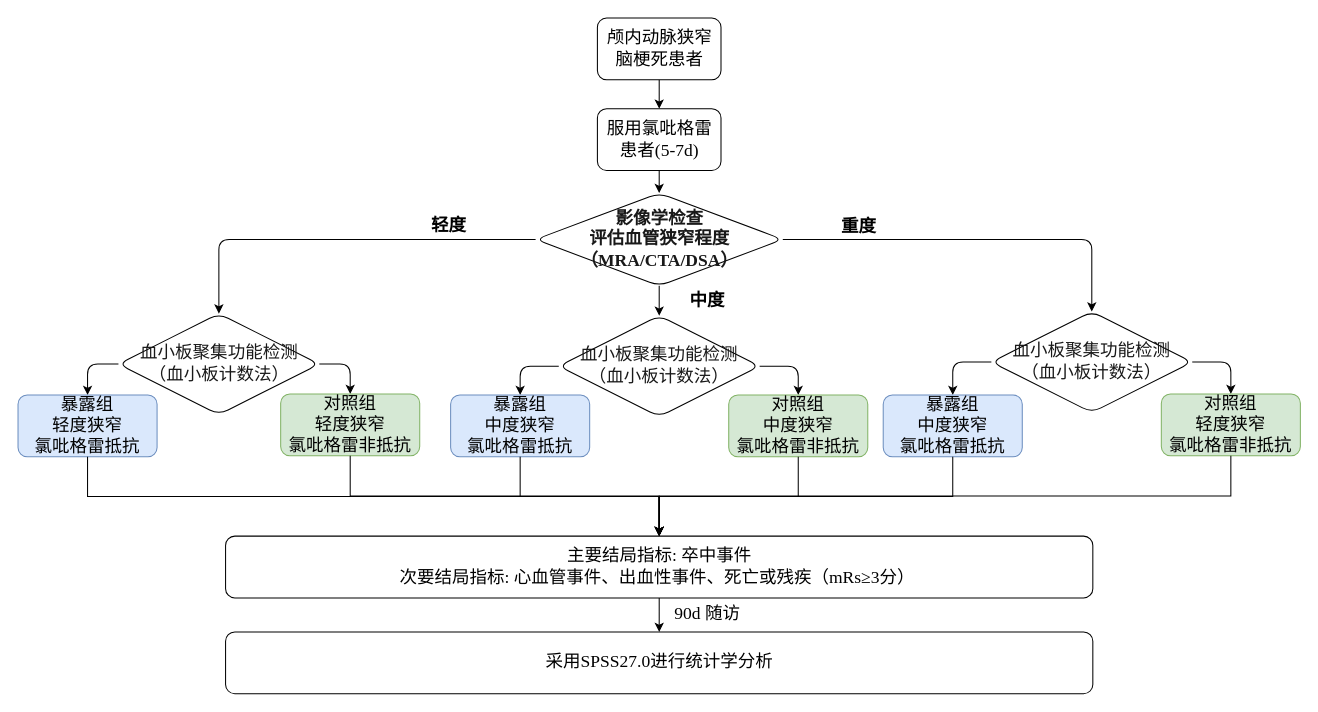
Earlier version of the draw.io diagram Untitled Diagram.drawio (caihuayu0322/drawio-github). Source tidied: cells renumbered, new cells numbered last; positions are measured from the earlier drawing's top-left corner, leaving out a move shared by most shapes. Both pictures are drawn from the tidied source at 103%, with x=0, y=0 at pixel (18, 18).
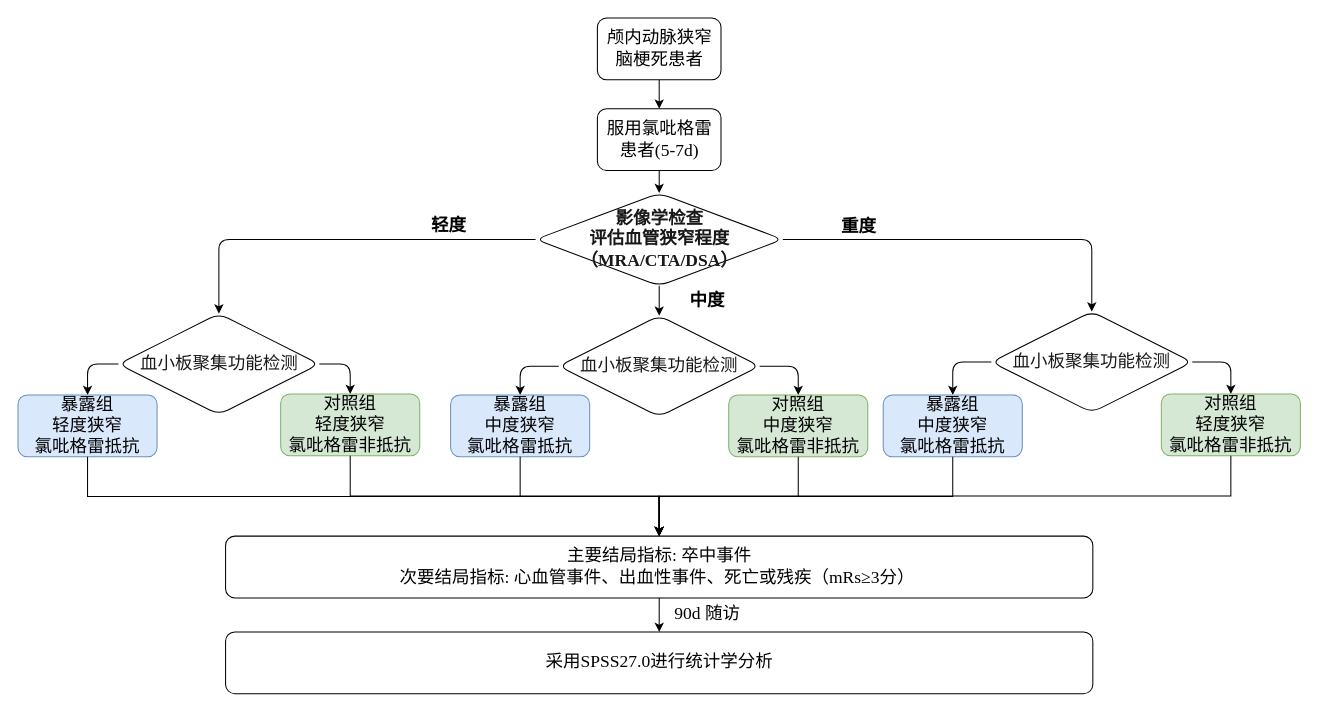
The same page after the edit.

The change refers to these unchanged cells:
```xml
<mxCell id="15" style="group;rounded=1;fontFamily=Times New Roman;fontSize=17;fontStyle=1;" parent="1" vertex="1">
  <mxGeometry x="420" y="289" width="390" height="195" as="geometry" />
</mxCell>
<mxCell id="21" style="group;rounded=1;fontStyle=0;fontFamily=Times New Roman;fontSize=17;" parent="1" vertex="1">
  <mxGeometry x="840" y="288" width="390" height="195" as="geometry" />
</mxCell>
<mxCell id="27" style="group;rounded=1;fontFamily=Times New Roman;fontSize=17;" parent="1" vertex="1">
  <mxGeometry y="287" width="390" height="195" as="geometry" />
</mxCell>
```

What changed in the source:
```diff
@@
-    <mxCell id="18" value="&lt;font color=&quot;#191919&quot; style=&quot;font-size: 17px;&quot;&gt;&lt;span style=&quot;font-size: 17px; text-wrap-mode: nowrap; font-weight: normal;&quot;&gt;血小板聚集功能检测&lt;/span&gt;&lt;/font&gt;&lt;div style=&quot;font-size: 17px;&quot;&gt;&lt;span style=&quot;color: rgb(25, 25, 25); font-size: 17px; text-wrap-mode: nowrap; font-weight: normal;&quot;&gt;（血小板计数法）&lt;/span&gt;&lt;font color=&quot;#191919&quot; style=&quot;font-size: 17px;&quot;&gt;&lt;span style=&quot;font-size: 17px; text-wrap-mode: nowrap;&quot;&gt;&lt;/span&gt;&lt;/font&gt;&lt;/div&gt;" style="rhombus;whiteSpace=wrap;html=1;rounded=1;fontStyle=1;fontFamily=Times New Roman;fontSize=17;" parent="15" vertex="1">
+    <mxCell id="18" value="&lt;div&gt;&lt;font color=&quot;#191919&quot; style=&quot;font-size: 17px;&quot;&gt;&lt;span style=&quot;font-size: 17px; text-wrap-mode: nowrap; font-weight: normal;&quot;&gt;&lt;br&gt;&lt;/span&gt;&lt;/font&gt;&lt;/div&gt;&lt;font color=&quot;#191919&quot; style=&quot;font-size: 17px;&quot;&gt;&lt;span style=&quot;font-size: 17px; text-wrap-mode: nowrap; font-weight: normal;&quot;&gt;血小板聚集功能检测&lt;/span&gt;&lt;/font&gt;&lt;div style=&quot;font-size: 17px;&quot;&gt;&lt;br&gt;&lt;/div&gt;" style="rhombus;whiteSpace=wrap;html=1;rounded=1;fontStyle=1;fontFamily=Times New Roman;fontSize=17;" parent="15" vertex="1">
       <mxGeometry x="105" width="195" height="98" as="geometry" />
     </mxCell>
@@
-    <mxCell id="24" value="&lt;font color=&quot;#191919&quot; style=&quot;font-size: 17px;&quot;&gt;&lt;span style=&quot;font-size: 17px; text-wrap-mode: nowrap;&quot;&gt;血小板聚集功能检测&lt;/span&gt;&lt;/font&gt;&lt;div style=&quot;font-size: 17px;&quot;&gt;&lt;span style=&quot;color: rgb(25, 25, 25); font-size: 17px; text-wrap-mode: nowrap;&quot;&gt;（血小板计数法）&lt;/span&gt;&lt;font color=&quot;#191919&quot; style=&quot;font-size: 17px;&quot;&gt;&lt;span style=&quot;font-size: 17px; text-wrap-mode: nowrap;&quot;&gt;&lt;/span&gt;&lt;/font&gt;&lt;/div&gt;" style="rhombus;whiteSpace=wrap;html=1;rounded=1;fontFamily=Times New Roman;fontSize=17;" parent="21" vertex="1">
+    <mxCell id="24" value="&lt;div&gt;&lt;font color=&quot;#191919&quot; style=&quot;font-size: 17px;&quot;&gt;&lt;span style=&quot;font-size: 17px; text-wrap-mode: nowrap;&quot;&gt;&lt;br&gt;&lt;/span&gt;&lt;/font&gt;&lt;/div&gt;&lt;font color=&quot;#191919&quot; style=&quot;font-size: 17px;&quot;&gt;&lt;span style=&quot;font-size: 17px; text-wrap-mode: nowrap;&quot;&gt;血小板聚集功能检测&lt;/span&gt;&lt;/font&gt;&lt;div style=&quot;font-size: 17px;&quot;&gt;&lt;br&gt;&lt;/div&gt;" style="rhombus;whiteSpace=wrap;html=1;rounded=1;fontFamily=Times New Roman;fontSize=17;" parent="21" vertex="1">
       <mxGeometry x="105" y="-3" width="195" height="98" as="geometry" />
     </mxCell>
@@
-    <mxCell id="30" value="&lt;font color=&quot;#191919&quot; style=&quot;font-size: 17px;&quot;&gt;&lt;span style=&quot;font-size: 17px; text-wrap-mode: nowrap;&quot;&gt;血小板聚集功能检测&lt;/span&gt;&lt;/font&gt;&lt;div style=&quot;font-size: 17px;&quot;&gt;&lt;font color=&quot;#191919&quot; style=&quot;font-size: 17px;&quot;&gt;&lt;span style=&quot;font-size: 17px; text-wrap-mode: nowrap;&quot;&gt;（血小板计数法）&lt;/span&gt;&lt;/font&gt;&lt;/div&gt;" style="rhombus;whiteSpace=wrap;html=1;rounded=1;fontFamily=Times New Roman;fontSize=17;" parent="27" vertex="1">
+    <mxCell id="30" value="&lt;div&gt;&lt;font color=&quot;#191919&quot; style=&quot;font-size: 17px;&quot;&gt;&lt;span style=&quot;font-size: 17px; text-wrap-mode: nowrap;&quot;&gt;&lt;br&gt;&lt;/span&gt;&lt;/font&gt;&lt;/div&gt;&lt;font color=&quot;#191919&quot; style=&quot;font-size: 17px;&quot;&gt;&lt;span style=&quot;font-size: 17px; text-wrap-mode: nowrap;&quot;&gt;血小板聚集功能检测&lt;/span&gt;&lt;/font&gt;&lt;div style=&quot;font-size: 17px;&quot;&gt;&lt;br&gt;&lt;/div&gt;" style="rhombus;whiteSpace=wrap;html=1;rounded=1;fontFamily=Times New Roman;fontSize=17;" parent="27" vertex="1">
       <mxGeometry x="97.5" width="195" height="98" as="geometry" />
     </mxCell>
```
